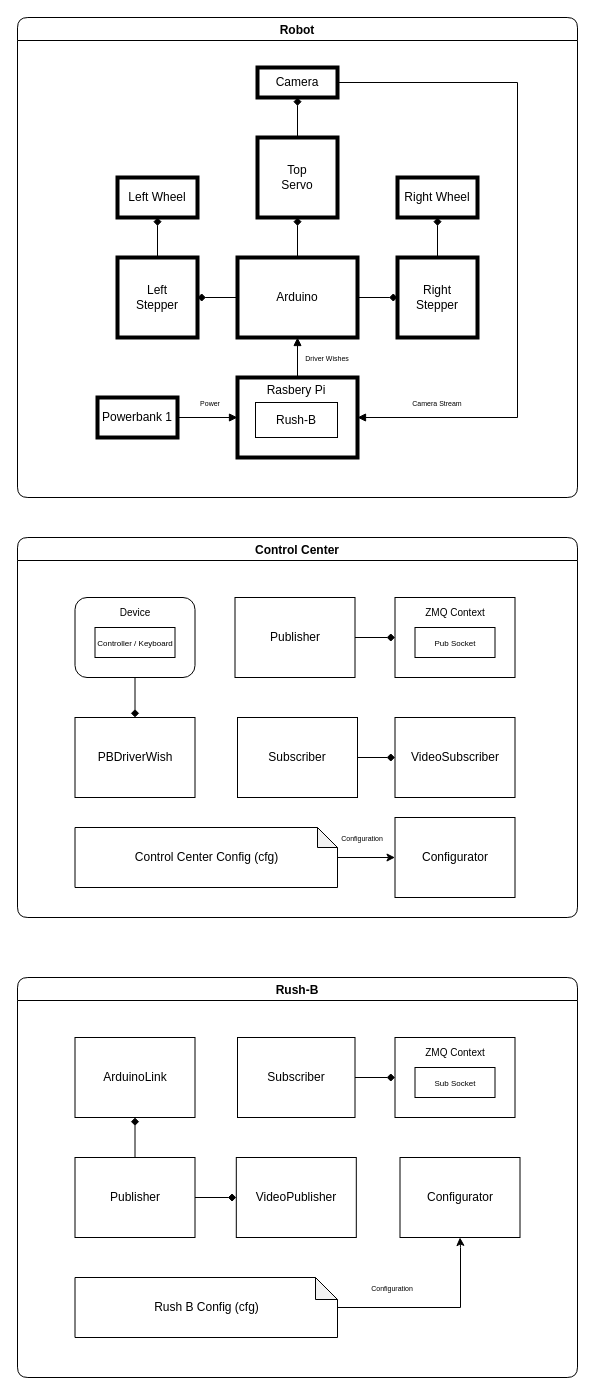
This is page "Architecture" (2 of 5) of docs/diagrams/Design.drawio from GjergjiSh/Rush-B, a draw.io file, before an edit. Source tidied: cells renumbered, new cells numbered last; positions are measured from the earlier drawing's top-left corner, leaving out a move shared by most shapes. Both pictures are drawn from the tidied source at 100%, with x=0, y=0 at pixel (17, 17).
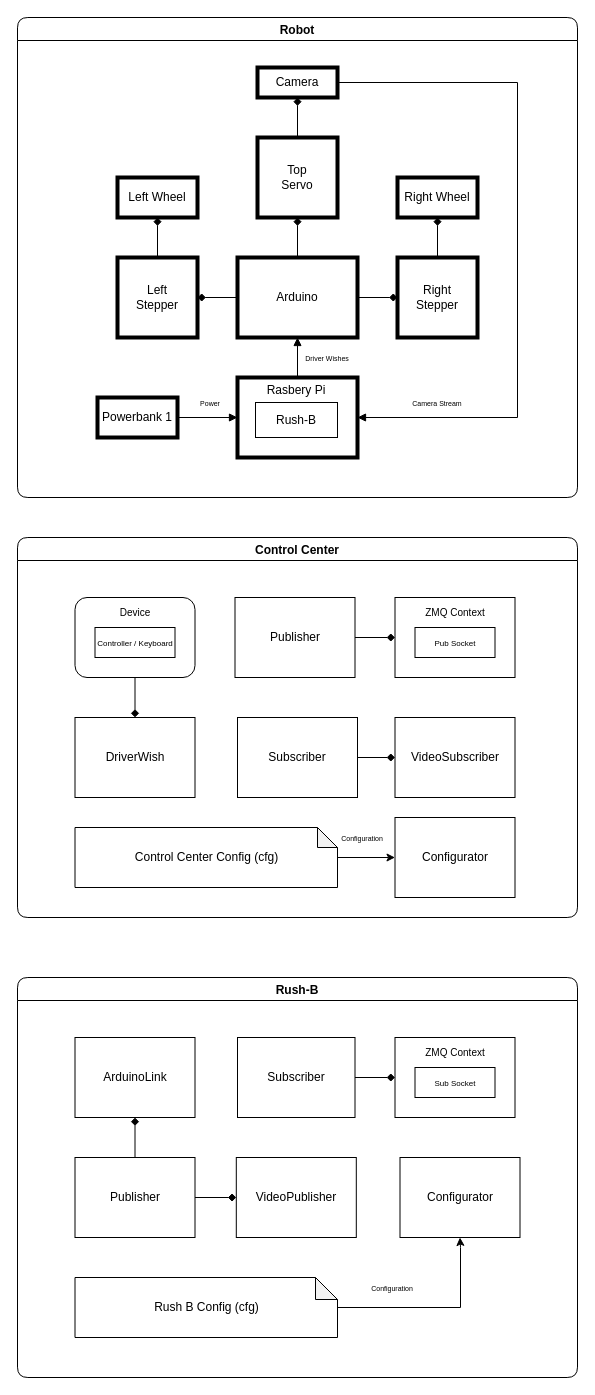
The same page after the edit.

Unchanged cells that the change refers to:
```xml
<mxCell id="26" value="Control Center" style="swimlane;rounded=1;" parent="1" vertex="1">
  <mxGeometry y="520" width="560" height="380" as="geometry" />
</mxCell>
```

Change to the diagram source:
```diff
@@
-    <mxCell id="43" value="PBDriverWish" style="rounded=0;whiteSpace=wrap;html=1;" parent="26" vertex="1">
+    <mxCell id="43" value="DriverWish" style="rounded=0;whiteSpace=wrap;html=1;" parent="26" vertex="1">
       <mxGeometry x="57.5" y="180" width="120" height="80" as="geometry" />
     </mxCell>
```
